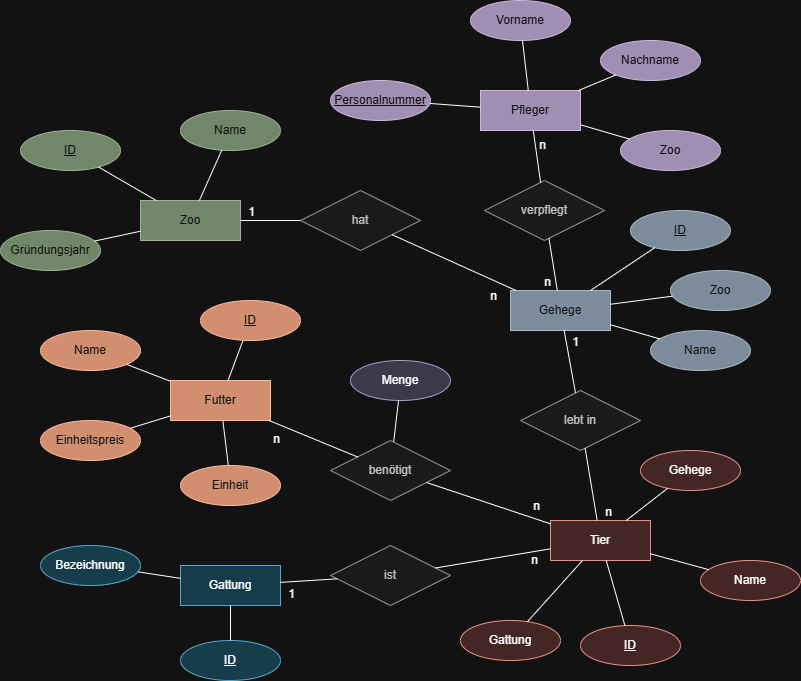
This is src/SabrinaFeurstein/aufgaben/Zoo/Teil 5 (ER-Diagramm)/Zoo_ER-Diagramm.png from zewas-digital/appdevhb25, a draw.io export, as it was before one commit. Source tidied: cells renumbered, new cells last; positions are measured from the earlier drawing's top-left corner, leaving out a move shared by most shapes.
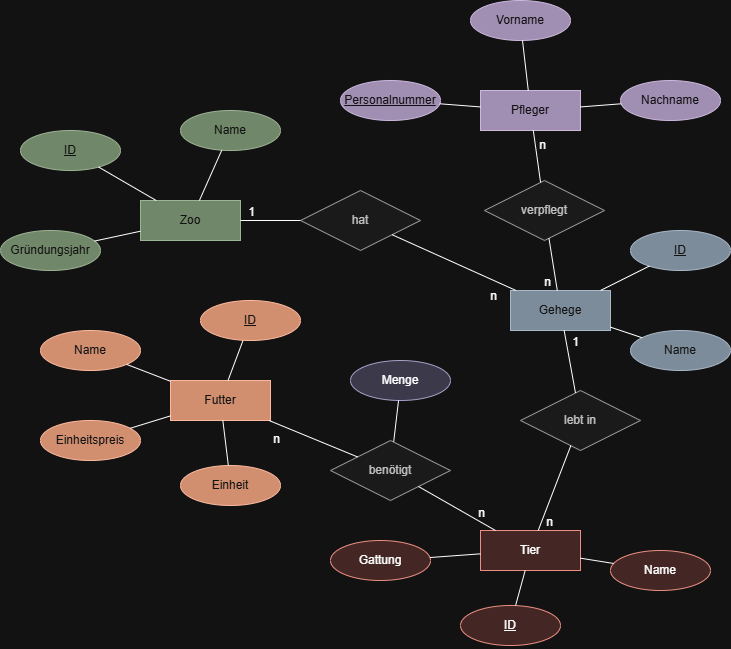
The same diagram one commit later.

Commit message:
Zoo: Gattungs-Tabelle wurde entfernt. ER-Diagramm - Darstellung der Fremdschlüssel als Attribute des Enitätstypen wurde entfernt

Diff of the diagram source:
```diff
@@ -6,7 +6,7 @@
       <mxGeometry x="140" y="200" width="100" height="40" as="geometry" />
     </mxCell>
     <mxCell id="3" value="Tier" style="whiteSpace=wrap;html=1;align=center;fillColor=#fad9d5;strokeColor=#ae4132;" parent="1" vertex="1">
-      <mxGeometry x="550" y="520" width="100" height="40" as="geometry" />
+      <mxGeometry x="480" y="530" width="100" height="40" as="geometry" />
     </mxCell>
     <mxCell id="4" value="Pfleger" style="whiteSpace=wrap;html=1;align=center;fillColor=#76608a;fontColor=#ffffff;strokeColor=#432D57;" parent="1" vertex="1">
       <mxGeometry x="480" y="90" width="100" height="40" as="geometry" />
@@ -17,17 +17,11 @@
     <mxCell id="6" value="Gehege" style="whiteSpace=wrap;html=1;align=center;fillColor=#647687;strokeColor=#314354;fontColor=#ffffff;" parent="1" vertex="1">
       <mxGeometry x="510" y="290" width="100" height="40" as="geometry" />
     </mxCell>
-    <mxCell id="7" value="Gattung" style="whiteSpace=wrap;html=1;align=center;fillColor=#b1ddf0;strokeColor=#10739e;" parent="1" vertex="1">
-      <mxGeometry x="180" y="565" width="100" height="40" as="geometry" />
-    </mxCell>
     <mxCell id="8" value="Name" style="ellipse;whiteSpace=wrap;html=1;align=center;fillColor=#fad9d5;strokeColor=#ae4132;" parent="1" vertex="1">
-      <mxGeometry x="700" y="560" width="100" height="40" as="geometry" />
+      <mxGeometry x="610" y="550" width="100" height="40" as="geometry" />
     </mxCell>
-    <mxCell id="9" value="Bezeichnung" style="ellipse;whiteSpace=wrap;html=1;align=center;fillColor=#b1ddf0;strokeColor=#10739e;" parent="1" vertex="1">
-      <mxGeometry x="40" y="545" width="100" height="40" as="geometry" />
-    </mxCell>
     <mxCell id="10" value="Name" style="ellipse;whiteSpace=wrap;html=1;align=center;fillColor=#647687;strokeColor=#314354;fontColor=#ffffff;" parent="1" vertex="1">
-      <mxGeometry x="650" y="330" width="100" height="40" as="geometry" />
+      <mxGeometry x="630" y="330" width="100" height="40" as="geometry" />
     </mxCell>
     <mxCell id="11" value="Vorname" style="ellipse;whiteSpace=wrap;html=1;align=center;fillColor=#76608a;fontColor=#ffffff;strokeColor=#432D57;" parent="1" vertex="1">
       <mxGeometry x="470" width="100" height="40" as="geometry" />
@@ -39,16 +33,16 @@
       <mxGeometry x="180" y="110" width="100" height="40" as="geometry" />
     </mxCell>
     <mxCell id="14" value="ID" style="ellipse;whiteSpace=wrap;html=1;align=center;fontStyle=4;fillColor=#fad9d5;strokeColor=#ae4132;" parent="1" vertex="1">
-      <mxGeometry x="580" y="625" width="100" height="40" as="geometry" />
+      <mxGeometry x="460" y="605" width="100" height="40" as="geometry" />
     </mxCell>
-    <mxCell id="15" style="edgeStyle=orthogonalEdgeStyle;rounded=0;jettySize=auto;html=1;strokeColor=#FFFFFF;fontColor=#FFFFFF;" parent="1" edge="1" source="16" target="7">
-      <mxGeometry relative="1" as="geometry" />
+    <mxCell id="15" style="edgeStyle=orthogonalEdgeStyle;rounded=0;orthogonalLoop=1;jettySize=auto;html=1;strokeColor=#FFFFFF;fontColor=#FFFFFF;" parent="1" edge="1">
+      <mxGeometry relative="1" as="geometry">
+        <mxPoint x="230" y="640" as="sourcePoint" />
+        <mxPoint x="230" y="605" as="targetPoint" />
+      </mxGeometry>
     </mxCell>
-    <mxCell id="16" value="ID" style="ellipse;whiteSpace=wrap;html=1;align=center;fontStyle=4;fillColor=#b1ddf0;strokeColor=#10739e;" parent="1" vertex="1">
-      <mxGeometry x="180" y="640" width="100" height="40" as="geometry" />
-    </mxCell>
     <mxCell id="17" value="Personalnummer" style="ellipse;whiteSpace=wrap;html=1;align=center;fontStyle=4;fillColor=#76608a;fontColor=#ffffff;strokeColor=#432D57;" parent="1" vertex="1">
-      <mxGeometry x="330" y="80" width="100" height="40" as="geometry" />
+      <mxGeometry x="340" y="80" width="100" height="40" as="geometry" />
     </mxCell>
     <mxCell id="18" value="ID" style="ellipse;whiteSpace=wrap;html=1;align=center;fontStyle=4;fillColor=#6d8764;fontColor=#ffffff;strokeColor=#3A5431;" parent="1" vertex="1">
       <mxGeometry x="20" y="130" width="100" height="40" as="geometry" />
@@ -56,9 +50,6 @@
     <mxCell id="19" value="lebt in" style="shape=rhombus;perimeter=rhombusPerimeter;whiteSpace=wrap;html=1;align=center;fillColor=#f5f5f5;strokeColor=#666666;fontColor=#333333;" parent="1" vertex="1">
       <mxGeometry x="520" y="390" width="120" height="60" as="geometry" />
     </mxCell>
-    <mxCell id="20" value="ist" style="shape=rhombus;perimeter=rhombusPerimeter;whiteSpace=wrap;html=1;align=center;fillColor=#f5f5f5;strokeColor=#666666;fontColor=#333333;" parent="1" vertex="1">
-      <mxGeometry x="330" y="545" width="120" height="60" as="geometry" />
-    </mxCell>
     <mxCell id="21" value="hat" style="shape=rhombus;perimeter=rhombusPerimeter;whiteSpace=wrap;html=1;align=center;fillColor=#f5f5f5;strokeColor=#666666;fontColor=#333333;" parent="1" vertex="1">
       <mxGeometry x="300" y="190" width="120" height="60" as="geometry" />
     </mxCell>
@@ -97,7 +88,7 @@
       <mxGeometry relative="1" as="geometry" />
     </mxCell>
     <mxCell id="32" value="ID" style="ellipse;whiteSpace=wrap;html=1;align=center;fontStyle=4;fillColor=#647687;strokeColor=#314354;fontColor=#ffffff;" parent="1" vertex="1">
-      <mxGeometry x="630" y="210" width="100" height="40" as="geometry" />
+      <mxGeometry x="630" y="230" width="100" height="40" as="geometry" />
     </mxCell>
     <mxCell id="33" style="endArrow=none;html=1;rounded=0;" parent="1" edge="1" source="6" target="32">
       <mxGeometry relative="1" as="geometry" />
@@ -119,7 +110,7 @@
       </mxGeometry>
     </mxCell>
     <mxCell id="38" value="Gattung" style="ellipse;whiteSpace=wrap;html=1;align=center;fillColor=#fad9d5;strokeColor=#ae4132;" parent="1" vertex="1">
-      <mxGeometry x="460" y="620" width="100" height="40" as="geometry" />
+      <mxGeometry x="330" y="540" width="100" height="40" as="geometry" />
     </mxCell>
     <mxCell id="39" style="endArrow=none;html=1;rounded=0;" parent="1" edge="1" source="8" target="3">
       <mxGeometry relative="1" as="geometry" />
@@ -130,28 +121,6 @@
     <mxCell id="41" style="endArrow=none;html=1;rounded=0;" parent="1" edge="1" source="38" target="3">
       <mxGeometry relative="1" as="geometry" />
     </mxCell>
-    <mxCell id="42" style="endArrow=none;html=1;rounded=0;" parent="1" edge="1" source="9" target="7">
-      <mxGeometry relative="1" as="geometry" />
-    </mxCell>
-    <mxCell id="43" style="endArrow=none;html=1;rounded=0;" parent="1" edge="1" source="7" target="16">
-      <mxGeometry relative="1" as="geometry" />
-    </mxCell>
-    <mxCell id="44" style="endArrow=none;html=1;rounded=0;" parent="1" edge="1" source="20" target="7">
-      <mxGeometry relative="1" as="geometry" />
-    </mxCell>
-    <mxCell id="45" value="1" style="html=1;whiteSpace=wrap;align=right;verticalAlign=bottom;" parent="44" vertex="1">
-      <mxGeometry x="1" relative="1" as="geometry">
-        <mxPoint x="16" y="20" as="offset" />
-      </mxGeometry>
-    </mxCell>
-    <mxCell id="46" style="endArrow=none;html=1;rounded=0;" parent="1" edge="1" source="20" target="3">
-      <mxGeometry relative="1" as="geometry" />
-    </mxCell>
-    <mxCell id="47" value="n" style="html=1;whiteSpace=wrap;align=right;verticalAlign=bottom;" parent="46" vertex="1">
-      <mxGeometry x="1" relative="1" as="geometry">
-        <mxPoint x="-11" y="20" as="offset" />
-      </mxGeometry>
-    </mxCell>
     <mxCell id="48" value="Einheit" style="ellipse;whiteSpace=wrap;html=1;align=center;fillColor=#a0522d;strokeColor=#6D1F00;fontColor=#ffffff;" parent="1" vertex="1">
       <mxGeometry x="180" y="465" width="100" height="40" as="geometry" />
     </mxCell>
@@ -195,12 +164,6 @@
         <mxPoint x="-5" as="offset" />
       </mxGeometry>
     </mxCell>
-    <mxCell id="61" value="Gehege" style="ellipse;whiteSpace=wrap;html=1;align=center;fillColor=#fad9d5;strokeColor=#ae4132;" parent="1" vertex="1">
-      <mxGeometry x="640" y="450" width="100" height="40" as="geometry" />
-    </mxCell>
-    <mxCell id="62" style="endArrow=none;html=1;rounded=0;" parent="1" edge="1" source="3" target="61">
-      <mxGeometry relative="1" as="geometry" />
-    </mxCell>
     <mxCell id="63" value="Menge" style="ellipse;whiteSpace=wrap;html=1;align=center;fillColor=#d0cee2;strokeColor=#56517e;" parent="1" vertex="1">
       <mxGeometry x="350" y="360" width="100" height="40" as="geometry" />
     </mxCell>
@@ -218,8 +181,11 @@
         <mxPoint x="-9" y="-9" as="offset" />
       </mxGeometry>
     </mxCell>
-    <mxCell id="68" style="edgeStyle=orthogonalEdgeStyle;rounded=0;orthogonalLoop=1;jettySize=auto;html=1;exitX=0.5;exitY=1;exitDx=0;exitDy=0;strokeColor=#FFFFFF;fontColor=#FFFFFF;" parent="1" edge="1" source="9" target="9">
-      <mxGeometry relative="1" as="geometry" />
+    <mxCell id="68" style="edgeStyle=orthogonalEdgeStyle;rounded=0;orthogonalLoop=1;jettySize=auto;html=1;exitX=0.5;exitY=1;exitDx=0;exitDy=0;strokeColor=#FFFFFF;fontColor=#FFFFFF;" parent="1" edge="1">
+      <mxGeometry relative="1" as="geometry">
+        <mxPoint x="90" y="585" as="sourcePoint" />
+        <mxPoint x="90" y="585" as="targetPoint" />
+      </mxGeometry>
     </mxCell>
     <mxCell id="69" style="endArrow=none;html=1;rounded=0;" parent="1" edge="1" source="65" target="5">
       <mxGeometry relative="1" as="geometry" />
@@ -229,20 +195,8 @@
         <mxPoint x="13" y="27" as="offset" />
       </mxGeometry>
     </mxCell>
-    <mxCell id="71" value="Zoo" style="ellipse;whiteSpace=wrap;html=1;align=center;fillColor=#76608a;fontColor=#ffffff;strokeColor=#432D57;" parent="1" vertex="1">
-      <mxGeometry x="620" y="130" width="100" height="40" as="geometry" />
-    </mxCell>
-    <mxCell id="72" value="Zoo" style="ellipse;whiteSpace=wrap;html=1;align=center;fillColor=#647687;strokeColor=#314354;fontColor=#ffffff;" parent="1" vertex="1">
-      <mxGeometry x="670" y="270" width="100" height="40" as="geometry" />
-    </mxCell>
-    <mxCell id="73" style="endArrow=none;html=1;rounded=0;" parent="1" edge="1" source="71" target="4">
-      <mxGeometry relative="1" as="geometry" />
-    </mxCell>
-    <mxCell id="74" style="endArrow=none;html=1;rounded=0;" parent="1" edge="1" source="72" target="6">
-      <mxGeometry relative="1" as="geometry" />
-    </mxCell>
     <mxCell id="75" value="Nachname" style="ellipse;whiteSpace=wrap;html=1;align=center;fillColor=#76608a;fontColor=#ffffff;strokeColor=#432D57;" parent="1" vertex="1">
-      <mxGeometry x="600" y="40" width="100" height="40" as="geometry" />
+      <mxGeometry x="620" y="80" width="100" height="40" as="geometry" />
     </mxCell>
     <mxCell id="76" style="endArrow=none;html=1;rounded=0;" parent="1" edge="1" source="75" target="4">
       <mxGeometry relative="1" as="geometry" />
```
